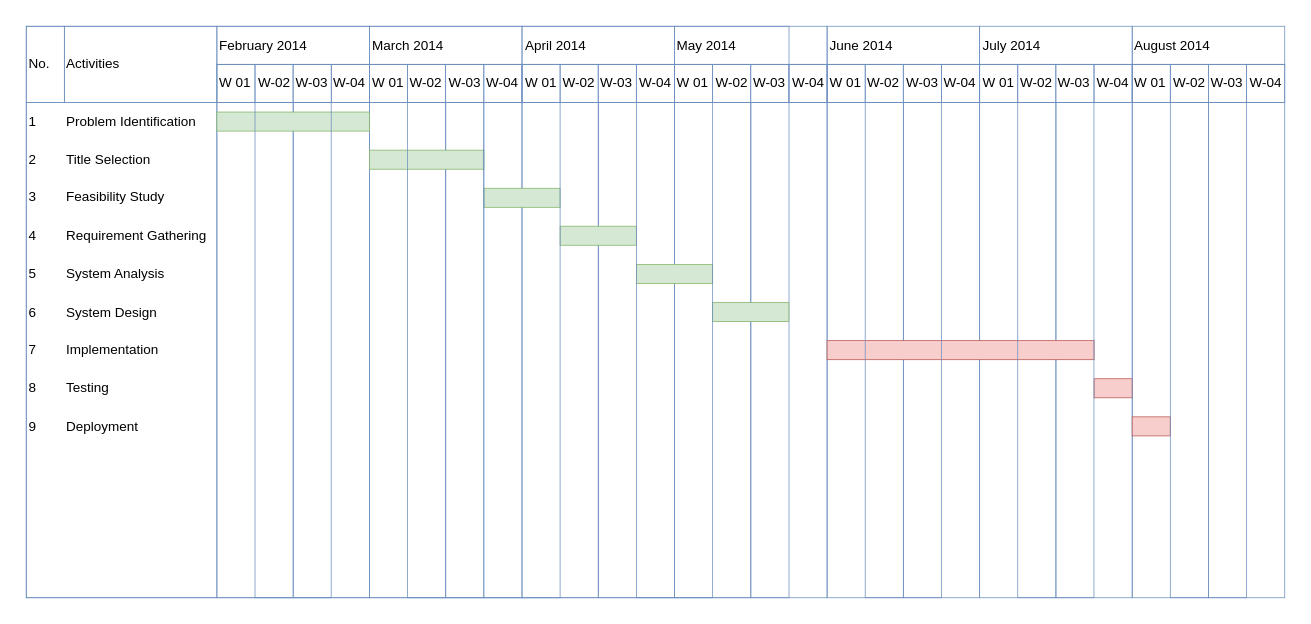
Above: Gantt Chart Diagram.drawio in fasil712/UML_Diagram_Design (draw.io), before the change. Source tidied: cells renumbered, new cells numbered last; positions are measured from the earlier drawing's top-left corner, leaving out a move shared by most shapes. Both pictures are drawn from the tidied source at 150%, with x=0, y=0 at pixel (26, 26).
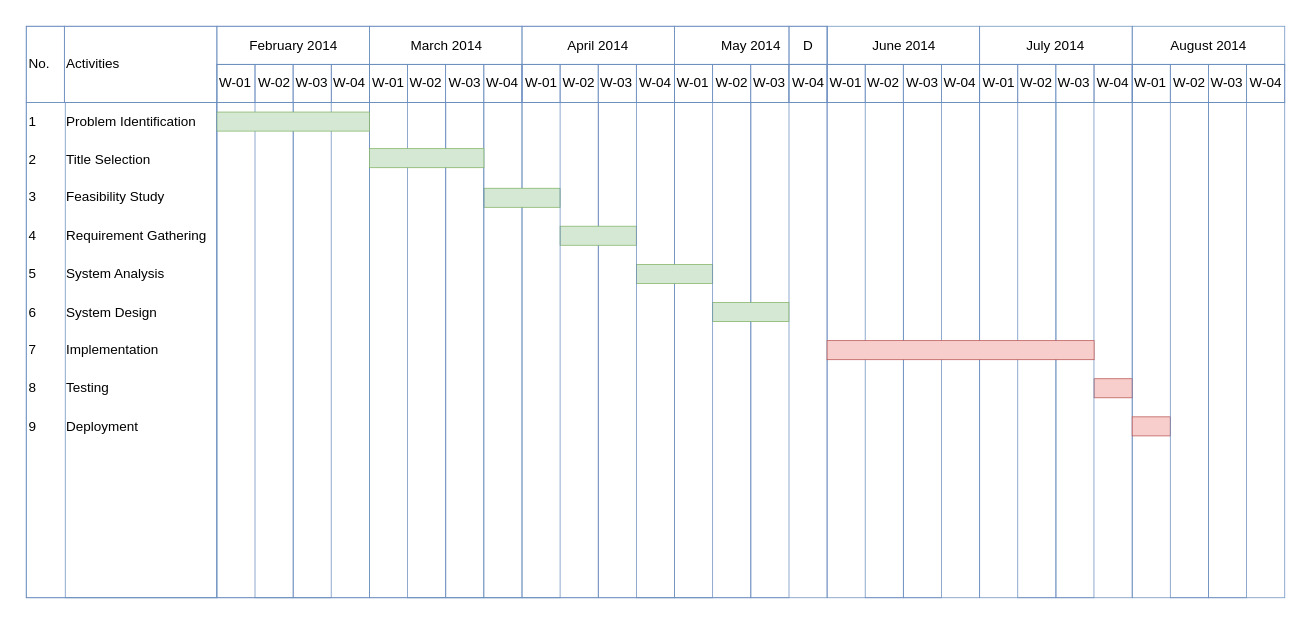
Above is the later version.

The change refers to these unchanged cells:
```xml
<mxCell id="3" style="group;fillColor=none;fontSize=9;" parent="2" vertex="1">
  <mxGeometry width="839" height="381" as="geometry" />
</mxCell>
<mxCell id="4" style="strokeWidth=0.5;shadow=0;dashed=0;align=left;html=1;shape=mxgraph.mockup.graphics.rrect;rSize=0;strokeColor=#6c8ebf;rounded=0;fontSize=9;fillColor=none;fontStyle=0;" parent="3" vertex="1">
  <mxGeometry width="508.5" height="381" as="geometry" />
</mxCell>
<mxCell id="26" style="group;fillColor=none;strokeWidth=0.5;strokeColor=#6c8ebf;fontSize=9;" parent="4" vertex="1">
  <mxGeometry x="127.1" y="25.4" width="101.7" height="25.4" as="geometry" />
</mxCell>
<mxCell id="31" style="group;fillColor=none;strokeWidth=0.5;strokeColor=#6c8ebf;fontSize=9;" parent="4" vertex="1">
  <mxGeometry x="228.8" y="25.4" width="101.7" height="25.4" as="geometry" />
</mxCell>
<mxCell id="36" style="group;fillColor=none;strokeWidth=0.5;strokeColor=#6c8ebf;fontSize=9;" parent="4" vertex="1">
  <mxGeometry x="330.5" y="25.4" width="101.7" height="25.4" as="geometry" />
</mxCell>
<mxCell id="66" style="group;fillColor=none;strokeWidth=0.5;strokeColor=#6c8ebf;fontSize=9;" parent="3" vertex="1">
  <mxGeometry x="432.2" y="25.4" width="101.7" height="25.4" as="geometry" />
</mxCell>
<mxCell id="75" style="group;fillColor=none;strokeWidth=0.5;strokeColor=#6c8ebf;fontSize=9;" parent="3" vertex="1">
  <mxGeometry x="533.9" y="25.4" width="101.7" height="25.4" as="geometry" />
</mxCell>
<mxCell id="80" style="group;fillColor=none;strokeWidth=0.5;strokeColor=#6c8ebf;fontSize=9;" parent="3" vertex="1">
  <mxGeometry x="635.6" y="25.4" width="101.7" height="25.4" as="geometry" />
</mxCell>
<mxCell id="85" style="group;fillColor=none;strokeWidth=0.5;strokeColor=#6c8ebf;fontSize=9;" parent="3" vertex="1">
  <mxGeometry x="737.3" y="25.4" width="101.7" height="25.4" as="geometry" />
</mxCell>
```

Diff of the diagram source:
```diff
@@
-    <mxCell id="7" value="February 2014" style="strokeColor=#6c8ebf;fillColor=none;strokeWidth=0.5;shadow=0;dashed=0;align=left;html=1;shape=mxgraph.mockup.graphics.rrect;rSize=0;rounded=0;fontSize=9;fontStyle=0;" parent="4" vertex="1">
+    <mxCell id="7" value="February 2014" style="strokeColor=#6c8ebf;fillColor=none;strokeWidth=0.5;shadow=0;dashed=0;align=center;html=1;shape=mxgraph.mockup.graphics.rrect;rSize=0;rounded=0;fontSize=9;fontStyle=0;" parent="4" vertex="1">
       <mxGeometry x="127.1" width="101.7" height="25.4" as="geometry" />
     </mxCell>
-    <mxCell id="8" value="April 2014" style="strokeColor=#6c8ebf;fillColor=none;strokeWidth=0.5;shadow=0;dashed=0;align=left;html=1;shape=mxgraph.mockup.graphics.rrect;rSize=0;rounded=0;fontSize=9;fontStyle=0;" parent="4" vertex="1">
+    <mxCell id="8" value="April 2014" style="strokeColor=#6c8ebf;fillColor=none;strokeWidth=0.5;shadow=0;dashed=0;align=center;html=1;shape=mxgraph.mockup.graphics.rrect;rSize=0;rounded=0;fontSize=9;fontStyle=0;" parent="4" vertex="1">
       <mxGeometry x="330.5" width="101.7" height="25.4" as="geometry" />
     </mxCell>
@@
-    <mxCell id="21" style="strokeWidth=0.5;shadow=0;dashed=0;align=left;html=1;shape=mxgraph.mockup.graphics.rrect;rSize=0;strokeColor=#82b366;fillColor=#d5e8d4;rounded=0;fontSize=9;fontStyle=0;" parent="4" vertex="1">
-      <mxGeometry x="127.1" y="57.2" width="101.7" height="12.7" as="geometry" />
-    </mxCell>
-    <mxCell id="22" style="strokeWidth=0.5;shadow=0;dashed=0;align=left;html=1;shape=mxgraph.mockup.graphics.rrect;rSize=0;strokeColor=#82b366;fillColor=#d5e8d4;rounded=0;fontSize=9;fontStyle=0;" parent="4" vertex="1">
-      <mxGeometry x="228.8" y="82.6" width="76.3" height="12.7" as="geometry" />
-    </mxCell>
@@
-    <mxCell id="25" value="March 2014" style="strokeColor=#6c8ebf;fillColor=none;strokeWidth=0.5;shadow=0;dashed=0;align=left;html=1;shape=mxgraph.mockup.graphics.rrect;rSize=0;rounded=0;fontSize=9;fontStyle=0;" parent="4" vertex="1">
+    <mxCell id="25" value="March 2014" style="strokeColor=#6c8ebf;fillColor=none;strokeWidth=0.5;shadow=0;dashed=0;align=center;html=1;shape=mxgraph.mockup.graphics.rrect;rSize=0;rounded=0;fontSize=9;fontStyle=0;" parent="4" vertex="1">
       <mxGeometry x="228.8" width="101.7" height="25.4" as="geometry" />
     </mxCell>
@@
-    <mxCell id="27" value="W 01" style="strokeColor=#6c8ebf;fillColor=none;strokeWidth=0.5;shadow=0;dashed=0;align=left;html=1;shape=mxgraph.mockup.graphics.rrect;rSize=0;rounded=0;fontSize=9;fontStyle=0;" parent="26" vertex="1">
+    <mxCell id="27" value="W-01" style="strokeColor=#6c8ebf;fillColor=none;strokeWidth=0.5;shadow=0;dashed=0;align=left;html=1;shape=mxgraph.mockup.graphics.rrect;rSize=0;rounded=0;fontSize=9;fontStyle=0;" parent="26" vertex="1">
       <mxGeometry width="25.4" height="25.4" as="geometry" />
     </mxCell>
@@
-    <mxCell id="32" value="W 01" style="strokeColor=#6c8ebf;fillColor=none;strokeWidth=0.5;shadow=0;dashed=0;align=left;html=1;shape=mxgraph.mockup.graphics.rrect;rSize=0;rounded=0;fontSize=9;fontStyle=0;" parent="31" vertex="1">
+    <mxCell id="32" value="W-01" style="strokeColor=#6c8ebf;fillColor=none;strokeWidth=0.5;shadow=0;dashed=0;align=left;html=1;shape=mxgraph.mockup.graphics.rrect;rSize=0;rounded=0;fontSize=9;fontStyle=0;" parent="31" vertex="1">
       <mxGeometry width="25.4" height="25.4" as="geometry" />
     </mxCell>
@@
-    <mxCell id="37" value="W 01" style="strokeColor=#6c8ebf;fillColor=none;strokeWidth=0.5;shadow=0;dashed=0;align=left;html=1;shape=mxgraph.mockup.graphics.rrect;rSize=0;rounded=0;fontSize=9;fontStyle=0;" parent="36" vertex="1">
+    <mxCell id="37" value="W-01" style="strokeColor=#6c8ebf;fillColor=none;strokeWidth=0.5;shadow=0;dashed=0;align=left;html=1;shape=mxgraph.mockup.graphics.rrect;rSize=0;rounded=0;fontSize=9;fontStyle=0;" parent="36" vertex="1">
       <mxGeometry width="25.4" height="25.4" as="geometry" />
     </mxCell>
@@
-    <mxCell id="49" value="May 2014" style="strokeColor=#6c8ebf;fillColor=none;strokeWidth=0.5;shadow=0;dashed=0;align=left;html=1;shape=mxgraph.mockup.graphics.rrect;rSize=0;rounded=0;fontSize=9;fontStyle=0;" parent="3" vertex="1">
+    <mxCell id="49" value="May 2014" style="strokeColor=#6c8ebf;fillColor=none;strokeWidth=0.5;shadow=0;dashed=0;align=center;html=1;shape=mxgraph.mockup.graphics.rrect;rSize=0;rounded=0;fontSize=9;fontStyle=0;" parent="3" vertex="1">
       <mxGeometry x="432.2" width="101.7" height="25.4" as="geometry" />
     </mxCell>
-    <mxCell id="50" value="July 2014" style="strokeColor=#6c8ebf;fillColor=none;strokeWidth=0.5;shadow=0;dashed=0;align=left;html=1;shape=mxgraph.mockup.graphics.rrect;rSize=0;rounded=0;fontSize=9;fontStyle=0;" parent="3" vertex="1">
+    <mxCell id="50" value="July 2014" style="strokeColor=#6c8ebf;fillColor=none;strokeWidth=0.5;shadow=0;dashed=0;align=center;html=1;shape=mxgraph.mockup.graphics.rrect;rSize=0;rounded=0;fontSize=9;fontStyle=0;" parent="3" vertex="1">
       <mxGeometry x="635.6" width="101.7" height="25.4" as="geometry" />
     </mxCell>
@@
-    <mxCell id="59" style="strokeWidth=0.5;shadow=0;dashed=0;align=left;html=1;shape=mxgraph.mockup.graphics.rrect;rSize=0;strokeColor=#b85450;fillColor=#f8cecc;rounded=0;fontSize=9;fontStyle=0;" parent="3" vertex="1">
-      <mxGeometry x="533.9" y="209.6" width="178" height="12.7" as="geometry" />
-    </mxCell>
@@
-    <mxCell id="67" value="W 01" style="strokeColor=#6c8ebf;fillColor=none;strokeWidth=0.5;shadow=0;dashed=0;align=left;html=1;shape=mxgraph.mockup.graphics.rrect;rSize=0;rounded=0;fontSize=9;fontStyle=0;" parent="66" vertex="1">
+    <mxCell id="67" value="W-01" style="strokeColor=#6c8ebf;fillColor=none;strokeWidth=0.5;shadow=0;dashed=0;align=left;html=1;shape=mxgraph.mockup.graphics.rrect;rSize=0;rounded=0;fontSize=9;fontStyle=0;" parent="66" vertex="1">
       <mxGeometry width="25.4" height="25.4" as="geometry" />
     </mxCell>
@@
-    <mxCell id="71" value="June 2014" style="strokeColor=#6c8ebf;fillColor=none;strokeWidth=0.5;shadow=0;dashed=0;align=left;html=1;shape=mxgraph.mockup.graphics.rrect;rSize=0;rounded=0;fontSize=9;fontStyle=0;" parent="3" vertex="1">
+    <mxCell id="71" value="June 2014" style="strokeColor=#6c8ebf;fillColor=none;strokeWidth=0.5;shadow=0;dashed=0;align=center;html=1;shape=mxgraph.mockup.graphics.rrect;rSize=0;rounded=0;fontSize=9;fontStyle=0;" parent="3" vertex="1">
       <mxGeometry x="533.9" width="101.7" height="25.4" as="geometry" />
     </mxCell>
-    <mxCell id="72" value="August 2014" style="strokeColor=#6c8ebf;fillColor=none;strokeWidth=0.5;shadow=0;dashed=0;align=left;html=1;shape=mxgraph.mockup.graphics.rrect;rSize=0;rounded=0;fontSize=9;fontStyle=0;" parent="3" vertex="1">
+    <mxCell id="72" value="August 2014" style="strokeColor=#6c8ebf;fillColor=none;strokeWidth=0.5;shadow=0;dashed=0;align=center;html=1;shape=mxgraph.mockup.graphics.rrect;rSize=0;rounded=0;fontSize=9;fontStyle=0;" parent="3" vertex="1">
       <mxGeometry x="737.3" width="101.7" height="25.4" as="geometry" />
     </mxCell>
@@
-    <mxCell id="76" value="W 01" style="strokeColor=#6c8ebf;fillColor=none;strokeWidth=0.5;shadow=0;dashed=0;align=left;html=1;shape=mxgraph.mockup.graphics.rrect;rSize=0;rounded=0;fontSize=9;fontStyle=0;" parent="75" vertex="1">
+    <mxCell id="76" value="W-01" style="strokeColor=#6c8ebf;fillColor=none;strokeWidth=0.5;shadow=0;dashed=0;align=left;html=1;shape=mxgraph.mockup.graphics.rrect;rSize=0;rounded=0;fontSize=9;fontStyle=0;" parent="75" vertex="1">
       <mxGeometry width="25.4" height="25.4" as="geometry" />
     </mxCell>
@@
-    <mxCell id="81" value="W 01" style="strokeColor=#6c8ebf;fillColor=none;strokeWidth=0.5;shadow=0;dashed=0;align=left;html=1;shape=mxgraph.mockup.graphics.rrect;rSize=0;rounded=0;fontSize=9;fontStyle=0;" parent="80" vertex="1">
+    <mxCell id="81" value="W-01" style="strokeColor=#6c8ebf;fillColor=none;strokeWidth=0.5;shadow=0;dashed=0;align=left;html=1;shape=mxgraph.mockup.graphics.rrect;rSize=0;rounded=0;fontSize=9;fontStyle=0;" parent="80" vertex="1">
       <mxGeometry width="25.4" height="25.4" as="geometry" />
     </mxCell>
@@
-    <mxCell id="86" value="W 01" style="strokeColor=#6c8ebf;fillColor=none;strokeWidth=0.5;shadow=0;dashed=0;align=left;html=1;shape=mxgraph.mockup.graphics.rrect;rSize=0;rounded=0;fontSize=9;fontStyle=0;" parent="85" vertex="1">
+    <mxCell id="86" value="W-01" style="strokeColor=#6c8ebf;fillColor=none;strokeWidth=0.5;shadow=0;dashed=0;align=left;html=1;shape=mxgraph.mockup.graphics.rrect;rSize=0;rounded=0;fontSize=9;fontStyle=0;" parent="85" vertex="1">
       <mxGeometry width="25.4" height="25.4" as="geometry" />
     </mxCell>
@@
+    <mxCell id="98" value="D" style="strokeColor=#6c8ebf;fillColor=none;strokeWidth=0.5;shadow=0;dashed=0;align=center;html=1;shape=mxgraph.mockup.graphics.rrect;rSize=0;rounded=0;fontSize=9;fontStyle=0;" parent="3" vertex="1">
+      <mxGeometry x="508.5" width="25.5" height="25.4" as="geometry" />
+    </mxCell>
@@
+    <mxCell id="99" style="strokeWidth=0.5;shadow=0;dashed=0;align=left;html=1;shape=mxgraph.mockup.graphics.rrect;rSize=0;strokeColor=#82b366;fillColor=#d5e8d4;rounded=0;fontSize=9;fontStyle=0;" parent="1" vertex="1">
+      <mxGeometry x="127.1" y="57.2" width="101.7" height="12.7" as="geometry" />
+    </mxCell>
+    <mxCell id="100" style="strokeWidth=0.5;shadow=0;dashed=0;align=left;html=1;shape=mxgraph.mockup.graphics.rrect;rSize=0;strokeColor=#82b366;fillColor=#d5e8d4;rounded=0;fontSize=9;fontStyle=0;" parent="1" vertex="1">
+      <mxGeometry x="228.8" y="81.6" width="76.3" height="12.7" as="geometry" />
+    </mxCell>
+    <mxCell id="101" style="strokeWidth=0.5;shadow=0;dashed=0;align=left;html=1;shape=mxgraph.mockup.graphics.rrect;rSize=0;strokeColor=#b85450;fillColor=#f8cecc;rounded=0;fontSize=9;fontStyle=0;" parent="1" vertex="1">
+      <mxGeometry x="533.9" y="209.6" width="178" height="12.7" as="geometry" />
+    </mxCell>
+    <mxCell id="102" style="strokeColor=#6c8ebf;fillColor=none;strokeWidth=0.5;shadow=0;dashed=0;align=left;html=1;shape=mxgraph.mockup.graphics.rrect;rSize=0;rounded=0;fontSize=9;fontStyle=0;" parent="1" vertex="1">
+      <mxGeometry x="26" y="50.8" width="101" height="330.2" as="geometry" />
+    </mxCell>
```
